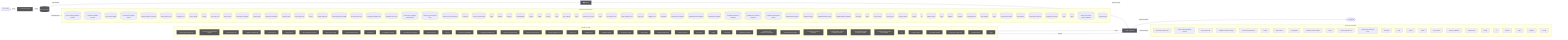
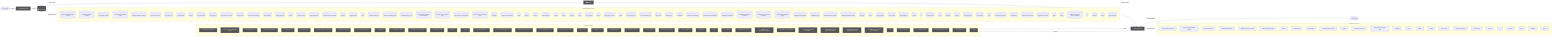
flowchart LR
  UserQ(["👤 User Query"])
  Embed["📐 Embedding Model"]
  VecDB[("📚 Vector Store")]
  Retriever["🔍 Retriever"]
  LLMNode["🧠 LLM / Generator"]
  Output(["✅ Response"])
  UserQ -->|query| Embed
  Embed -->|vector| VecDB
  VecDB -->|top-k chunks| Retriever
  Retriever -->|context + query| LLMNode
  LLMNode -->|generated answer| Output
  subgraph DetectedMemory["Detected memory stores"]
    det_detectedmemory_check_steering_feedback_contract_80134459[("check-steering-feedback-contract")]
    det_detectedmemory_normalize_workflow_contracts_8701f1c8[("normalize-workflow-contracts")]
    det_detectedmemory_sync_codex_preflight_7e7a8dc2[("sync-codex-preflight")]
    det_detectedmemory_test_harness_upgrade_matrix_84113c4e[("test-harness-upgrade-matrix")]
    det_detectedmemory_validate_workflow_contracts_33dc063c[("validate-workflow-contracts")]
    det_detectedmemory_branch_protect_core_a8feb0fd[("branch-protect-core")]
    det_detectedmemory_ci_migrate_core_7005b5af[("ci-migrate-core")]
    det_detectedmemory_context_health_80bb7da9[("context-health")]
    det_detectedmemory_context_ea7792a2[("context")]
    det_detectedmemory_docs_gate_core_eb9b6c18[("docs-gate-core")]
    det_detectedmemory_index_context_de3ed39d[("index-context")]
    det_detectedmemory_local_memory_preflight_dcc36c42[("local-memory-preflight")]
    det_detectedmemory_memory_gate_a577a506[("memory-gate")]
    det_detectedmemory_pattern_scope_siblings_43abe000[("pattern-scope-siblings")]
    det_detectedmemory_review_context_ca6cf81d[("review-context")]
    det_detectedmemory_review_gate_core_4c8001f9[("review-gate-core")]
    det_detectedmemory_search_24193290[("search")]
+     det_detectedmemory_session_context_e5ec72c0[("session-context")]
    det_detectedmemory_tooling_audit_core_328d6a41[("tooling-audit-core")]
    det_detectedmemory_run_local_memory_preflight_36e92808[("run-local-memory-preflight")]
+     det_detectedmemory_checker_d2d2328e[("checker")]
+     det_detectedmemory_context_health_1_ceb11829[("context-health")]
+     det_detectedmemory_types_1_4ecdf56e[("types")]
    det_detectedmemory_branch_protect_sync_570adb18[("branch-protect-sync")]
    det_detectedmemory_command_capability_rules_ca3f496a[("command-capability-rules")]
    det_detectedmemory_command_specs_core_1c0ffc99[("command-specs-core")]
    det_detectedmemory_local_memory_preflight_command_spec_9e23f3ce[("local-memory-preflight-command-spec")]
    det_detectedmemory_memory_gate_command_spec_dc9001a9[("memory-gate-command-spec")]
    det_detectedmemory_review_gate_command_spec_3187376a[("review-gate-command-spec")]
+     det_detectedmemory_session_context_command_spec_973afbb1[("session-context-command-spec")]
    det_detectedmemory_constants_7517017f[("constants")]
    det_detectedmemory_context_compact_policy_3dcaf95d[("context-compact-policy")]
    det_detectedmemory_index_1bc04b52[("index")]
    det_detectedmemory_indexer_70fa78e5[("indexer")]
    det_detectedmemory_init_error_5c7dd49f[("init-error")]
    det_detectedmemory_lexical_fallback_723e2b3e[("lexical-fallback")]
    det_detectedmemory_ollama_76e3c7bf[("ollama")]
    det_detectedmemory_rollout_a4fa034c[("rollout")]
    det_detectedmemory_sources_878a52fc[("sources")]
    det_detectedmemory_store_824d80d7[("store")]
    det_detectedmemory_sync_contract_c79fa191[("sync-contract")]
-     det_detectedmemory_types_4_822d0f88[("types")]
+     det_detectedmemory_types_5_f869ec4b[("types")]
    det_detectedmemory_harness_run_context_ac7c77a9[("harness-run-context")]
    det_detectedmemory_index_1_faebc14e[("index")]
    det_detectedmemory_json_schema_core_96d7e328[("json-schema-core")]
    det_detectedmemory_policy_validators_core_714a3fe7[("policy-validators-core")]
    det_detectedmemory_types_core_e405ddca[("types-core")]
    det_detectedmemory_validator_core_4358f8ba[("validator-core")]
    det_detectedmemory_init_modes_c05ceb07[("init-modes")]
    det_detectedmemory_project_brain_templates_7ef51530[("project-brain-templates")]
    det_detectedmemory_scaffold_diagram_templates_dd88e83c[("scaffold-diagram-templates")]
    det_detectedmemory_scaffold_doc_templates_f6152330[("scaffold-doc-templates")]
    det_detectedmemory_scaffold_environment_templates_c1ceba6a[("scaffold-environment-templates")]
    det_detectedmemory_scaffold_root_command_templates_404fed7f[("scaffold-root-command-templates")]
    det_detectedmemory_scaffold_script_template_registry_69312d4e[("scaffold-script-template-registry")]
    det_detectedmemory_scaffold_shell_templates_0ad0f915[("scaffold-shell-templates")]
    det_detectedmemory_scaffold_surfaces_12d6494e[("scaffold-surfaces")]
    det_detectedmemory_scaffold_template_registry_b1cce2aa[("scaffold-template-registry")]
    det_detectedmemory_scaffold_workflow_template_92310587[("scaffold-workflow-template")]
    det_detectedmemory_eval_seed_5699fd3e[("eval-seed")]
    det_detectedmemory_index_6_fc9e91e2[("index")]
    det_detectedmemory_review_context_1_e3afed15[("review-context")]
    det_detectedmemory_memory_gate_1_265164ac[("memory-gate")]
    det_detectedmemory_branch_enforcer_acb749cd[("branch-enforcer")]
    det_detectedmemory_cli_args_5_09ea29f0[("cli-args")]
-     det_detectedmemory_cli_4_4efe97c7[("cli")]
+     det_detectedmemory_cli_6_eac72be2[("cli")]
    det_detectedmemory_metrics_tracker_98cec29c[("metrics-tracker")]
-     det_detectedmemory_types_13_d025517b[("types")]
+     det_detectedmemory_types_15_86775c96[("types")]
    det_detectedmemory_validator_4_5180cf23[("validator")]
    det_detectedmemory_classifier_fe1991a9[("classifier")]
    det_detectedmemory_tooling_baseline_50ab2eeb[("tooling-baseline")]
    det_detectedmemory_claim_helpers_20dc8387[("claim-helpers")]
-     det_detectedmemory_types_18_37582e2a[("types")]
+     det_detectedmemory_types_20_071a0112[("types")]
    det_detectedmemory_local_memory_smoke_1175abfc[("local-memory-smoke")]
    det_detectedmemory_local_memory_0db17ecc[("local-memory")]
    det_detectedmemory_performance_overload_c685bfcf[("performance-overload")]
    det_detectedmemory_suggestion_generator_0956f794[("suggestion-generator")]
-     det_detectedmemory_types_25_89d086aa[("types")]
+     det_detectedmemory_types_27_4d134744[("types")]
    det_detectedmemory_policy_1_fc4198db[("policy")]
    det_detectedmemory_runtime_card_codex_runtime_validation_d8ce9934[("runtime-card-codex-runtime-validation")]
+     det_detectedmemory_cli_11_338a8415[("cli")]
+     det_detectedmemory_collector_0736fd5b[("collector")]
+     det_detectedmemory_types_30_424b976c[("types")]
    det_detectedmemory_overload_guard_2748c559[("overload-guard")]
  end
  VecDB -. "implemented by" .-> DetectedMemory
  subgraph DetectedLLM["Detected LLM clients"]
    det_detectedllm_check_codex_agent_roles_5bb2e89b["check-codex-agent-roles"]
    det_detectedllm_check_steering_feedback_contract_80134459["check-steering-feedback-contract"]
    det_detectedllm_run_harness_evals_77704768["run-harness-evals"]
+     det_detectedllm_validate_packaged_skill_5e32c890["validate-packaged-skill"]
    det_detectedllm_validate_reviewer_coverage_251efee3["validate-reviewer-coverage"]
    det_detectedllm_check_environment_core_2c16213f["check-environment-core"]
    det_detectedllm_context_ea7792a2["context"]
    det_detectedllm_index_context_de3ed39d["index-context"]
    det_detectedllm_prompt_gate_c5e9d207["prompt-gate"]
    det_detectedllm_remediate_runner_helpers_929fedcc["remediate-runner-helpers"]
    det_detectedllm_search_24193290["search"]
    det_detectedllm_command_specs_core_1c0ffc99["command-specs-core"]
    det_detectedllm_prompt_gate_command_spec_9a941482["prompt-gate-command-spec"]
    det_detectedllm_constants_7517017f["constants"]
    det_detectedllm_index_1bc04b52["index"]
    det_detectedllm_indexer_70fa78e5["indexer"]
    det_detectedllm_ollama_76e3c7bf["ollama"]
    det_detectedllm_sync_contract_c79fa191["sync-contract"]
    det_detectedllm_north_star_validators_cfc926ce["north-star-validators"]
    det_detectedllm_sensitive_text_7c11f760["sensitive-text"]
    det_detectedllm_cli_args_9_9c136878["cli-args"]
-     det_detectedllm_cli_8_e3a6ce03["cli"]
+     det_detectedllm_cli_10_35dc8cbd["cli"]
    det_detectedllm_sections_4697ef32["sections"]
-     det_detectedllm_types_21_5756f9dc["types"]
+     det_detectedllm_types_23_4352ee2e["types"]
    det_detectedllm_validator_6_3688adbf["validator"]
    det_detectedllm_cli_args_10_861cdd3f["cli-args"]
  end
  LLMNode -. "implemented by" .-> DetectedLLM
  subgraph DetectedTools["Agentic tool calls"]
    det_detectedtools_check_codex_agent_roles_5bb2e89b["🔧 check-codex-agent-roles"]
    det_detectedtools_check_steering_feedback_contract_80134459["🔧 check-steering-feedback-contract"]
    det_detectedtools_run_harness_evals_77704768["🔧 run-harness-evals"]
    det_detectedtools_validate_packaged_skill_5e32c890["🔧 validate-packaged-skill"]
    det_detectedtools_ci_migrate_core_7005b5af["🔧 ci-migrate-core"]
    det_detectedtools_doctor_checks_5a2eb2b9["🔧 doctor-checks"]
    det_detectedtools_doctor_github_tool_checks_a53b0382["🔧 doctor-github-tool-checks"]
    det_detectedtools_doctor_tool_checks_4acac51a["🔧 doctor-tool-checks"]
    det_detectedtools_next_blocked_decisions_4140ad2b["🔧 next-blocked-decisions"]
    det_detectedtools_policy_gate_213f7313["🔧 policy-gate"]
    det_detectedtools_remediate_cli_output_cc165396["🔧 remediate-cli-output"]
    det_detectedtools_remediate_runner_helpers_929fedcc["🔧 remediate-runner-helpers"]
    det_detectedtools_review_gate_core_4c8001f9["🔧 review-gate-core"]
+     det_detectedtools_checker_d2d2328e["🔧 checker"]
    det_detectedtools_cli_args_1_6144b055["🔧 cli-args"]
    det_detectedtools_command_capabilities_a4d5c71e["🔧 command-capabilities"]
    det_detectedtools_command_capability_rules_ca3f496a["🔧 command-capability-rules"]
    det_detectedtools_linear_command_actions_e430f4f4["🔧 linear-command-actions"]
    det_detectedtools_linear_command_runner_4a740dfc["🔧 linear-command-runner"]
    det_detectedtools_policy_validators_core_714a3fe7["🔧 policy-validators-core"]
    det_detectedtools_types_core_e405ddca["🔧 types-core"]
    det_detectedtools_validator_core_4358f8ba["🔧 validator-core"]
    det_detectedtools_validator_helpers_7b927667["🔧 validator-helpers"]
    det_detectedtools_he_phase_exit_core_1148895b["🔧 he-phase-exit-core"]
    det_detectedtools_ralph_runtime_73d63c0e["🔧 ralph-runtime"]
    det_detectedtools_observed_skill_usage_ed7d5930["🔧 observed-skill-usage"]
    det_detectedtools_closure_evidence_aaa31467["🔧 closure-evidence"]
    det_detectedtools_pr_creator_dc6b1ea4["🔧 pr-creator"]
    det_detectedtools_client_948fe603["🔧 client"]
    det_detectedtools_init_output_360dce91["🔧 init-output"]
    det_detectedtools_scaffold_ci_templates_2afd6392["🔧 scaffold-ci-templates"]
    det_detectedtools_scaffold_codex_environment_templates_334fbbed["🔧 scaffold-codex-environment-templates"]
    det_detectedtools_scaffold_config_templates_4b80ce53["🔧 scaffold-config-templates"]
    det_detectedtools_scaffold_environment_templates_c1ceba6a["🔧 scaffold-environment-templates"]
    det_detectedtools_scaffold_github_actions_pr_pipeline_renderer_1ee18de5["🔧 scaffold-github-actions-pr-pipeline-renderer"]
    det_detectedtools_scaffold_github_actions_pr_pipeline_template_e2b85f62["🔧 scaffold-github-actions-pr-pipeline-template"]
    det_detectedtools_scaffold_release_private_npm_template_075499f8["🔧 scaffold-release-private-npm-template"]
-     det_detectedtools_cli_4_4efe97c7["🔧 cli"]
+     det_detectedtools_cli_6_eac72be2["🔧 cli"]
    det_detectedtools_metrics_tracker_98cec29c["🔧 metrics-tracker"]
    det_detectedtools_normalise_renderer_85f2e563["🔧 normalise-renderer"]
    det_detectedtools_evaluation_engine_core_e054fe49["🔧 evaluation-engine-core"]
    det_detectedtools_tooling_baseline_50ab2eeb["🔧 tooling-baseline"]
-     det_detectedtools_types_29_929d5a70["🔧 types"]
+     det_detectedtools_types_32_bfe791ff["🔧 types"]
  end
  LLMNode -->|tool use| DetectedTools
  DetectedTools -->|result| LLMNode
  classDef memNode fill:#555,color:#fff
  class VecDB,Retriever memNode
  classDef llmNode fill:#555,color:#fff
  class LLMNode,Embed llmNode
  classDef toolNode fill:#555,color:#fff
-   class det_detectedtools_check_codex_agent_roles_5bb2e89b,det_detectedtools_check_steering_feedback_contract_80134459,det_detectedtools_run_harness_evals_77704768,det_detectedtools_validate_packaged_skill_5e32c890,det_detectedtools_ci_migrate_core_7005b5af,det_detectedtools_doctor_checks_5a2eb2b9,det_detectedtools_doctor_github_tool_checks_a53b0382,det_detectedtools_doctor_tool_checks_4acac51a,det_detectedtools_next_blocked_decisions_4140ad2b,det_detectedtools_policy_gate_213f7313,det_detectedtools_remediate_cli_output_cc165396,det_detectedtools_remediate_runner_helpers_929fedcc,det_detectedtools_review_gate_core_4c8001f9,det_detectedtools_cli_args_1_6144b055,det_detectedtools_command_capabilities_a4d5c71e,det_detectedtools_command_capability_rules_ca3f496a,det_detectedtools_linear_command_actions_e430f4f4,det_detectedtools_linear_command_runner_4a740dfc,det_detectedtools_policy_validators_core_714a3fe7,det_detectedtools_types_core_e405ddca,det_detectedtools_validator_core_4358f8ba,det_detectedtools_validator_helpers_7b927667,det_detectedtools_he_phase_exit_core_1148895b,det_detectedtools_ralph_runtime_73d63c0e,det_detectedtools_observed_skill_usage_ed7d5930,det_detectedtools_closure_evidence_aaa31467,det_detectedtools_pr_creator_dc6b1ea4,det_detectedtools_client_948fe603,det_detectedtools_init_output_360dce91,det_detectedtools_scaffold_ci_templates_2afd6392,det_detectedtools_scaffold_codex_environment_templates_334fbbed,det_detectedtools_scaffold_config_templates_4b80ce53,det_detectedtools_scaffold_environment_templates_c1ceba6a,det_detectedtools_scaffold_github_actions_pr_pipeline_renderer_1ee18de5,det_detectedtools_scaffold_github_actions_pr_pipeline_template_e2b85f62,det_detectedtools_scaffold_release_private_npm_template_075499f8,det_detectedtools_cli_4_4efe97c7,det_detectedtools_metrics_tracker_98cec29c,det_detectedtools_normalise_renderer_85f2e563,det_detectedtools_evaluation_engine_core_e054fe49,det_detectedtools_tooling_baseline_50ab2eeb,det_detectedtools_types_29_929d5a70 toolNode
+   class det_detectedtools_check_codex_agent_roles_5bb2e89b,det_detectedtools_check_steering_feedback_contract_80134459,det_detectedtools_run_harness_evals_77704768,det_detectedtools_validate_packaged_skill_5e32c890,det_detectedtools_ci_migrate_core_7005b5af,det_detectedtools_doctor_checks_5a2eb2b9,det_detectedtools_doctor_github_tool_checks_a53b0382,det_detectedtools_doctor_tool_checks_4acac51a,det_detectedtools_next_blocked_decisions_4140ad2b,det_detectedtools_policy_gate_213f7313,det_detectedtools_remediate_cli_output_cc165396,det_detectedtools_remediate_runner_helpers_929fedcc,det_detectedtools_review_gate_core_4c8001f9,det_detectedtools_checker_d2d2328e,det_detectedtools_cli_args_1_6144b055,det_detectedtools_command_capabilities_a4d5c71e,det_detectedtools_command_capability_rules_ca3f496a,det_detectedtools_linear_command_actions_e430f4f4,det_detectedtools_linear_command_runner_4a740dfc,det_detectedtools_policy_validators_core_714a3fe7,det_detectedtools_types_core_e405ddca,det_detectedtools_validator_core_4358f8ba,det_detectedtools_validator_helpers_7b927667,det_detectedtools_he_phase_exit_core_1148895b,det_detectedtools_ralph_runtime_73d63c0e,det_detectedtools_observed_skill_usage_ed7d5930,det_detectedtools_closure_evidence_aaa31467,det_detectedtools_pr_creator_dc6b1ea4,det_detectedtools_client_948fe603,det_detectedtools_init_output_360dce91,det_detectedtools_scaffold_ci_templates_2afd6392,det_detectedtools_scaffold_codex_environment_templates_334fbbed,det_detectedtools_scaffold_config_templates_4b80ce53,det_detectedtools_scaffold_environment_templates_c1ceba6a,det_detectedtools_scaffold_github_actions_pr_pipeline_renderer_1ee18de5,det_detectedtools_scaffold_github_actions_pr_pipeline_template_e2b85f62,det_detectedtools_scaffold_release_private_npm_template_075499f8,det_detectedtools_cli_6_eac72be2,det_detectedtools_metrics_tracker_98cec29c,det_detectedtools_normalise_renderer_85f2e563,det_detectedtools_evaluation_engine_core_e054fe49,det_detectedtools_tooling_baseline_50ab2eeb,det_detectedtools_types_32_bfe791ff toolNode
